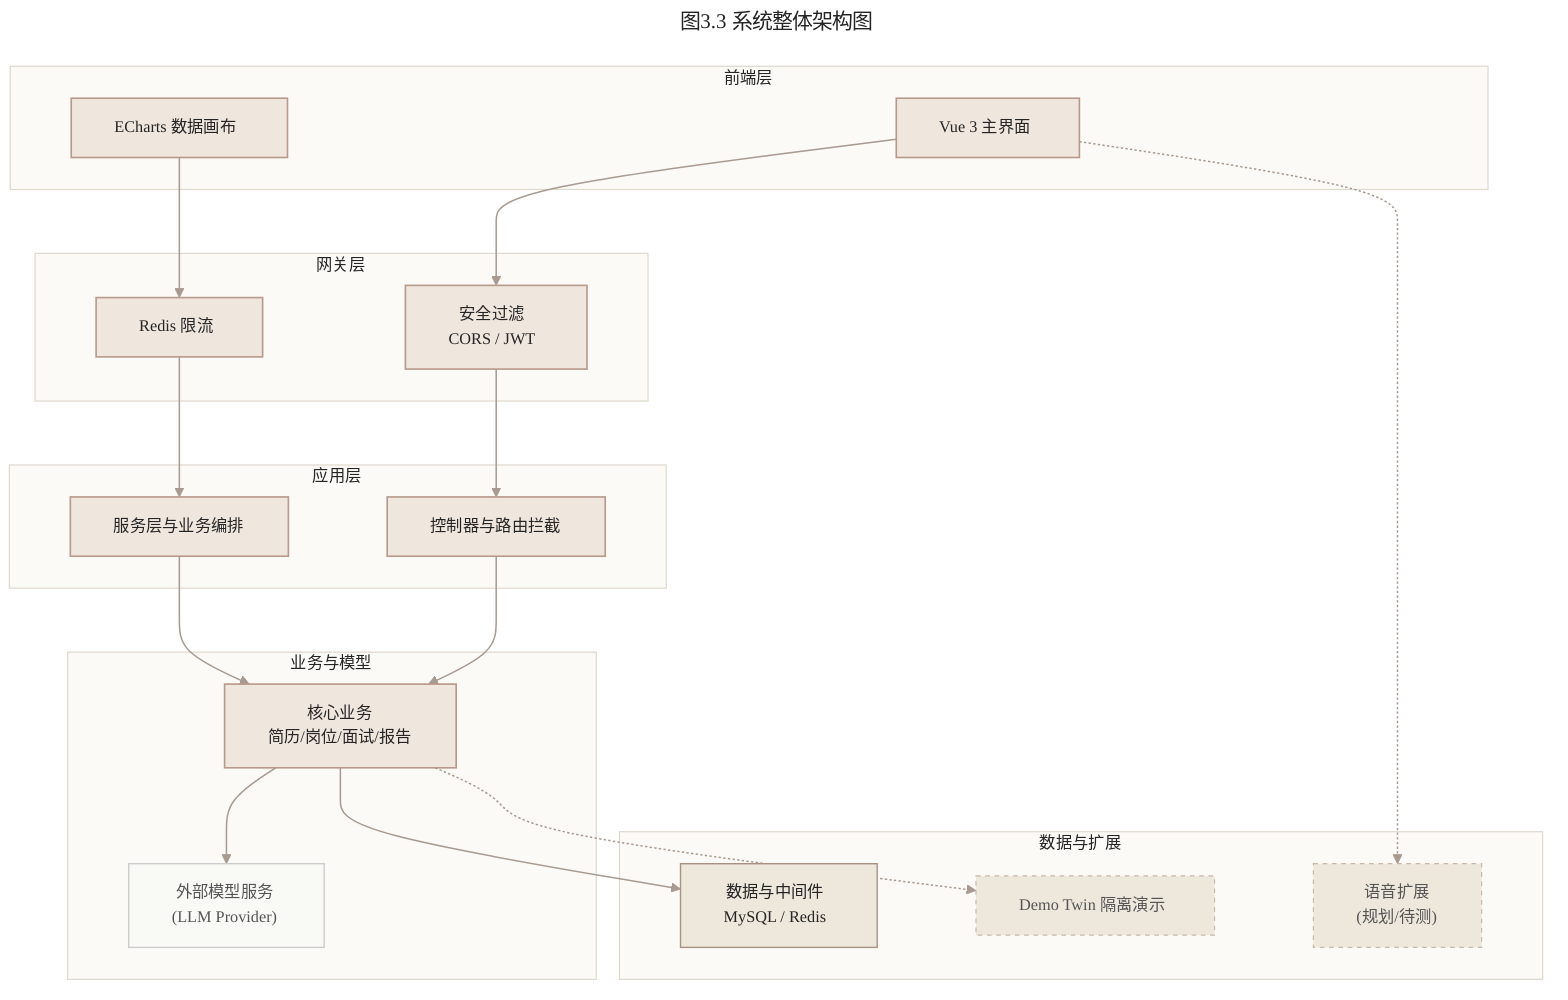
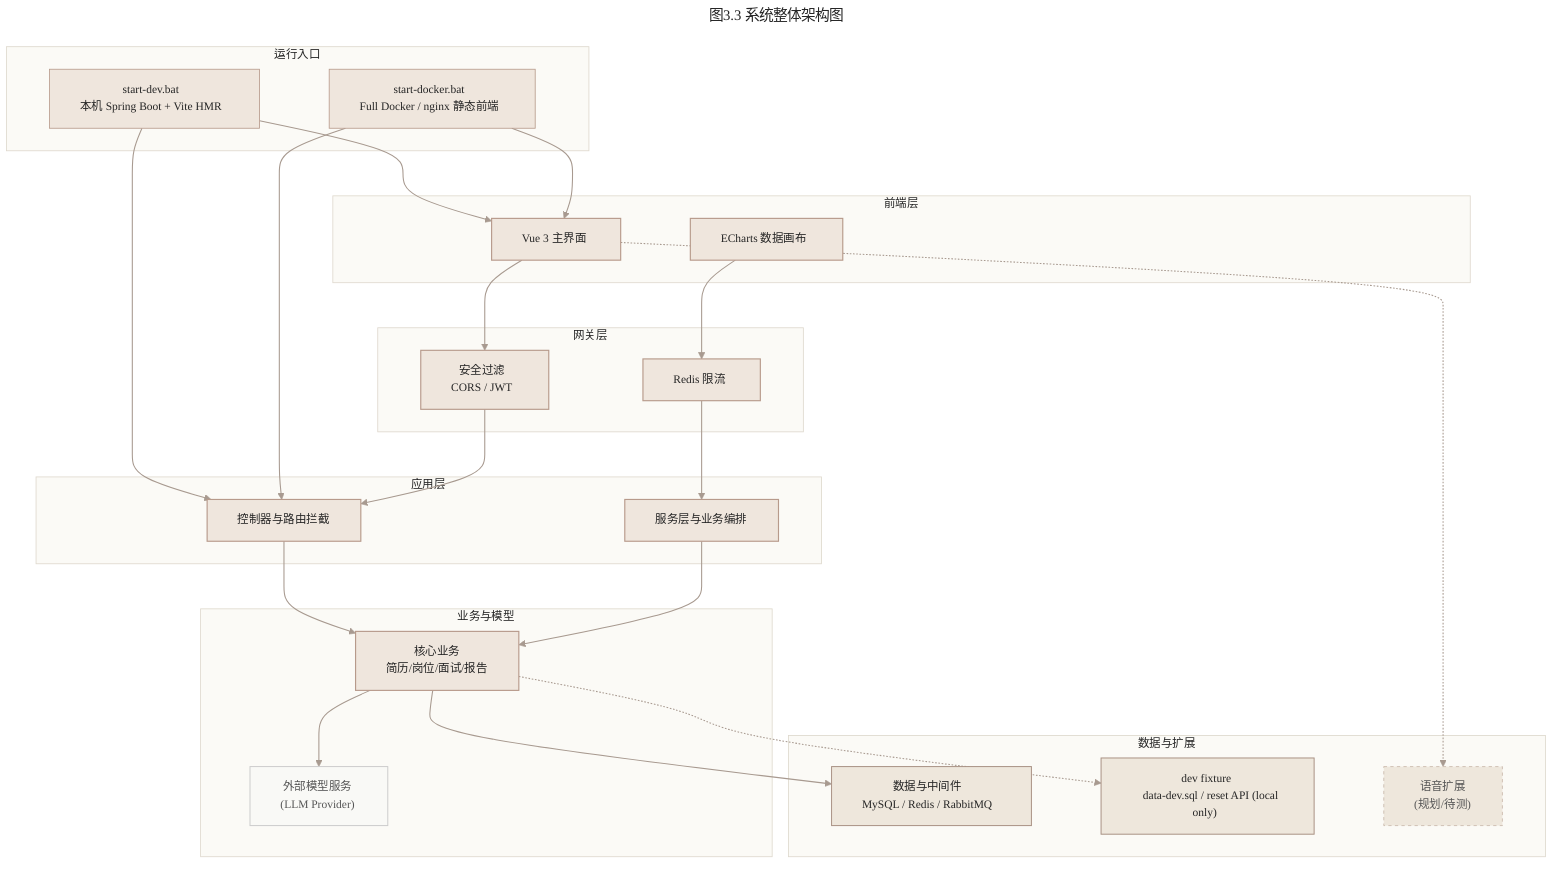
---
title: 图3.3 系统整体架构图
---
%%{init: {
  "theme": "base",
  "themeVariables": {
    "background": "#FAF8F2",
    "primaryColor": "#EFE6DD",
    "primaryBorderColor": "#B79A8B",
    "primaryTextColor": "#252525",
    "lineColor": "#A89A90",
    "secondaryColor": "#F6F0E8",
    "tertiaryColor": "#FBFAF6",
    "fontFamily": "system-ui, -apple-system, \"Microsoft YaHei\", sans-serif",
    "fontSize": "14px",
    "nodePadding": "15px"
  },
  "flowchart": {
    "nodeSpacing": 85,
    "rankSpacing": 55
  }
}}%%
flowchart TB
+   subgraph Layer0[" &nbsp; 运行入口 &nbsp; "]
+     start_dev[" &nbsp; start-dev.bat &nbsp; <br/> &nbsp; 本机 Spring Boot + Vite HMR &nbsp; "]
+     start_docker[" &nbsp; start-docker.bat &nbsp; <br/> &nbsp; Full Docker / nginx 静态前端 &nbsp; "]
+   end
+ 
  subgraph Layer1[" &nbsp; 前端层 &nbsp; "]
    fe_web[" &nbsp; Vue 3 主界面 &nbsp; "]
    fe_charts[" &nbsp; ECharts 数据画布 &nbsp; "]
  end

  subgraph Layer2[" &nbsp; 网关层 &nbsp; "]
    gate_sec[" &nbsp; 安全过滤 &nbsp; <br/> &nbsp; CORS / JWT &nbsp; "]
    gate_limit[" &nbsp; Redis 限流 &nbsp; "]
  end

  subgraph Layer3[" &nbsp; 应用层 &nbsp; "]
    app_ctrl[" &nbsp; 控制器与路由拦截 &nbsp; "]
    app_orche[" &nbsp; 服务层与业务编排 &nbsp; "]
  end

  subgraph Layer4[" &nbsp; 业务与模型 &nbsp; "]
    core[" &nbsp; 核心业务 &nbsp; <br/> &nbsp; 简历/岗位/面试/报告 &nbsp; "]
    llm[" &nbsp; 外部模型服务 &nbsp; <br/> &nbsp; (LLM Provider) &nbsp; "]
  end

  subgraph Layer5[" &nbsp; 数据与扩展 &nbsp; "]
-     data[" &nbsp; 数据与中间件 &nbsp; <br/> &nbsp; MySQL / Redis &nbsp; "]
-     demo[" &nbsp; Demo Twin 隔离演示 &nbsp; "]
+     data[" &nbsp; 数据与中间件 &nbsp; <br/> &nbsp; MySQL / Redis / RabbitMQ &nbsp; "]
+     dev_fixture[" &nbsp; dev fixture &nbsp; <br/> &nbsp; data-dev.sql / reset API (local only) &nbsp; "]
    voice[" &nbsp; 语音扩展 &nbsp; <br/> &nbsp; (规划/待测) &nbsp; "]
  end
+ 
+   start_dev --> fe_web
+   start_dev --> app_ctrl
+   start_docker --> fe_web
+   start_docker --> app_ctrl

  fe_web --> gate_sec
  fe_charts --> gate_limit

  gate_sec --> app_ctrl
  gate_limit --> app_orche

  app_ctrl --> core
  app_orche --> core

  core --> llm
  core --> data
-   core -.-> demo
+   core -.-> dev_fixture
  fe_web -.-> voice

  classDef layer fill:#FBFAF6,stroke:#DED8CD,color:#252525
  classDef main fill:#EFE6DD,stroke:#B79A8B,stroke-width:1.4px,color:#252525
  classDef store fill:#EEE7DC,stroke:#A89183,stroke-width:1.2px,color:#252525
  classDef ext fill:#F9F9F6,stroke:#CCCCCC,stroke-width:1.2px,color:#555555
  classDef plan fill:#EEE7DC,stroke:#C8B7AA,stroke-dasharray: 4 4,color:#555555

-   class Layer1,Layer2,Layer3,Layer4,Layer5 layer
+   class Layer0,Layer1,Layer2,Layer3,Layer4,Layer5 layer
  class fe_web,fe_charts,gate_sec,gate_limit,app_ctrl,app_orche,core main
-   class data store
+   class data,dev_fixture store
  class llm ext
-   class demo,voice plan
+   class voice plan
  linkStyle default stroke:#A89A90,stroke-width:1.3px
